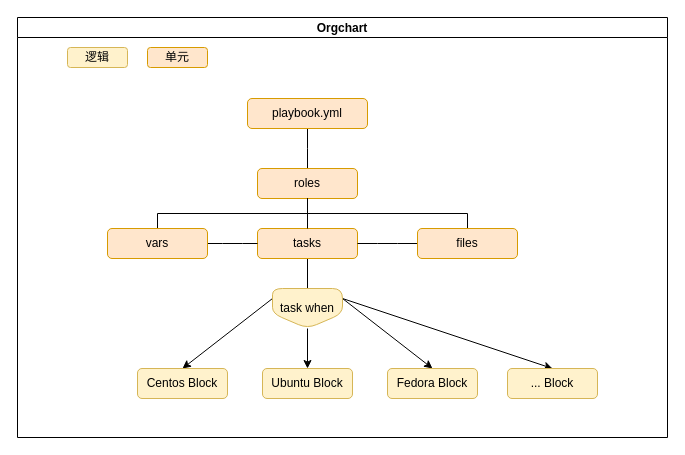
This is page "packer-plugin-ansible" (2 of 4) of docs/tips/drawio/packer.drawio from ShaoOrg/bulletin, a draw.io file, before an edit. Source tidied: cells renumbered, new cells numbered last; positions are measured from the earlier drawing's top-left corner, leaving out a move shared by most shapes. Both pictures are drawn from the tidied source at 100%, with x=0, y=0 at pixel (17, 17).
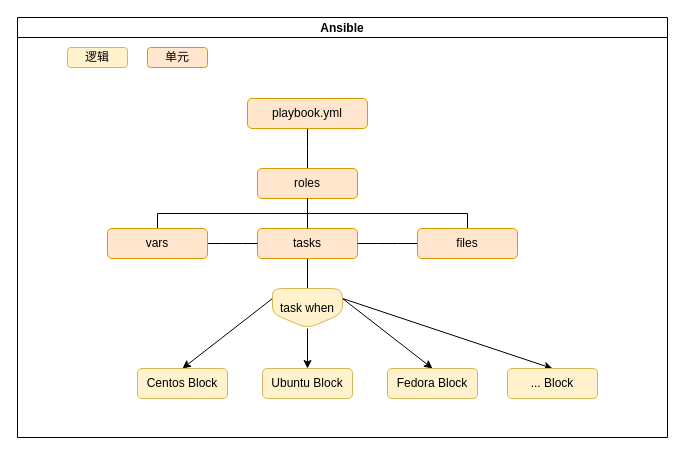
Above is the later version.

The edit, as a diff of the source:
```diff
@@
-    <mxCell id="2" value="Orgchart" style="swimlane;startSize=20;horizontal=1;containerType=tree;newEdgeStyle={&quot;edgeStyle&quot;:&quot;elbowEdgeStyle&quot;,&quot;startArrow&quot;:&quot;none&quot;,&quot;endArrow&quot;:&quot;none&quot;};" parent="1" vertex="1">
+    <mxCell id="2" value="Ansible" style="swimlane;startSize=20;horizontal=1;containerType=tree;newEdgeStyle={&quot;edgeStyle&quot;:&quot;elbowEdgeStyle&quot;,&quot;startArrow&quot;:&quot;none&quot;,&quot;endArrow&quot;:&quot;none&quot;};" parent="1" vertex="1">
       <mxGeometry width="650" height="420" as="geometry" />
     </mxCell>
```
